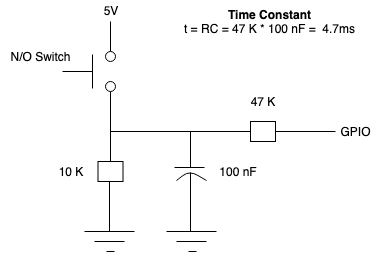
Before: docs/debounced_pulldown_switch_schematic.png, a diagram exported from draw.io (isaaccormack/fw_controls). Source tidied: cells renumbered, new cells last; positions are measured from the earlier drawing's top-left corner, leaving out a move shared by most shapes.
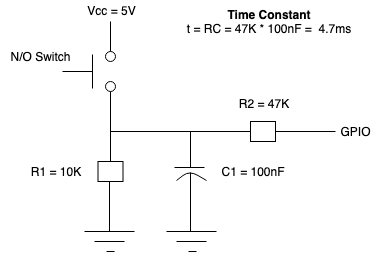
Later version of the same file.

Commit message:
add variable names to circuit components

The edit, as a diff of the source:
```diff
@@ -2,8 +2,8 @@
   <root>
     <mxCell id="0" />
     <mxCell id="1" parent="0" />
-    <mxCell id="2" value="5V" style="text;html=1;strokeColor=none;fillColor=none;align=center;verticalAlign=middle;whiteSpace=wrap;rounded=0;" parent="1" vertex="1">
-      <mxGeometry x="90" width="40" height="20" as="geometry" />
+    <mxCell id="2" value="Vcc = 5V" style="text;html=1;strokeColor=none;fillColor=none;align=center;verticalAlign=middle;whiteSpace=wrap;rounded=0;" parent="1" vertex="1">
+      <mxGeometry x="76" width="70" height="20" as="geometry" />
     </mxCell>
     <mxCell id="3" style="endArrow=none;html=1;" parent="1" edge="1">
       <mxGeometry relative="1" as="geometry">
@@ -64,8 +64,8 @@
         <mxPoint x="114" y="251" as="targetPoint" />
       </mxGeometry>
     </mxCell>
-    <mxCell id="15" value="10 K" style="text;html=1;strokeColor=none;fillColor=none;align=center;verticalAlign=middle;whiteSpace=wrap;rounded=0;" parent="1" vertex="1">
-      <mxGeometry x="50" y="161" width="40" height="20" as="geometry" />
+    <mxCell id="15" value="R1 = 10K" style="text;html=1;strokeColor=none;fillColor=none;align=center;verticalAlign=middle;whiteSpace=wrap;rounded=0;" parent="1" vertex="1">
+      <mxGeometry x="20" y="161" width="70" height="20" as="geometry" />
     </mxCell>
     <mxCell id="16" style="endArrow=none;html=1;exitX=0;exitY=0.5;exitDx=0;exitDy=0;" parent="1" edge="1" source="10">
       <mxGeometry relative="1" as="geometry">
@@ -120,11 +120,11 @@
         <mxPoint x="190" y="231" as="targetPoint" />
       </mxGeometry>
     </mxCell>
-    <mxCell id="25" value="100 nF" style="text;html=1;strokeColor=none;fillColor=none;align=center;verticalAlign=middle;whiteSpace=wrap;rounded=0;" parent="1" vertex="1">
-      <mxGeometry x="212.5" y="161" width="50" height="20" as="geometry" />
+    <mxCell id="25" value="C1 = 100nF" style="text;html=1;strokeColor=none;fillColor=none;align=center;verticalAlign=middle;whiteSpace=wrap;rounded=0;" parent="1" vertex="1">
+      <mxGeometry x="213" y="161" width="78" height="20" as="geometry" />
     </mxCell>
-    <mxCell id="26" value="47 K" style="text;html=1;strokeColor=none;fillColor=none;align=center;verticalAlign=middle;whiteSpace=wrap;rounded=0;" parent="1" vertex="1">
-      <mxGeometry x="242.5" y="91" width="40" height="20" as="geometry" />
+    <mxCell id="26" value="R2 = 47K" style="text;html=1;strokeColor=none;fillColor=none;align=center;verticalAlign=middle;whiteSpace=wrap;rounded=0;" parent="1" vertex="1">
+      <mxGeometry x="231" y="93" width="63" height="20" as="geometry" />
     </mxCell>
     <mxCell id="27" value="GPIO" style="text;html=1;strokeColor=none;fillColor=none;align=center;verticalAlign=middle;whiteSpace=wrap;rounded=0;" parent="1" vertex="1">
       <mxGeometry x="335" y="121" width="40" height="20" as="geometry" />
@@ -134,7 +134,7 @@
         <mxPoint x="275" y="131" as="targetPoint" />
       </mxGeometry>
     </mxCell>
-    <mxCell id="29" value="&lt;b&gt;Time Constant&lt;/b&gt;&lt;br&gt;t = RC = 47 K * 100 nF =&amp;nbsp; 4.7ms" style="text;html=1;strokeColor=none;fillColor=none;align=center;verticalAlign=middle;whiteSpace=wrap;rounded=0;" parent="1" vertex="1">
+    <mxCell id="29" value="&lt;b&gt;Time Constant&lt;/b&gt;&lt;br&gt;t = RC = 47K * 100nF =&amp;nbsp; 4.7ms" style="text;html=1;strokeColor=none;fillColor=none;align=center;verticalAlign=middle;whiteSpace=wrap;rounded=0;" parent="1" vertex="1">
       <mxGeometry x="162" y="10" width="213" height="20" as="geometry" />
     </mxCell>
   </root>
```
